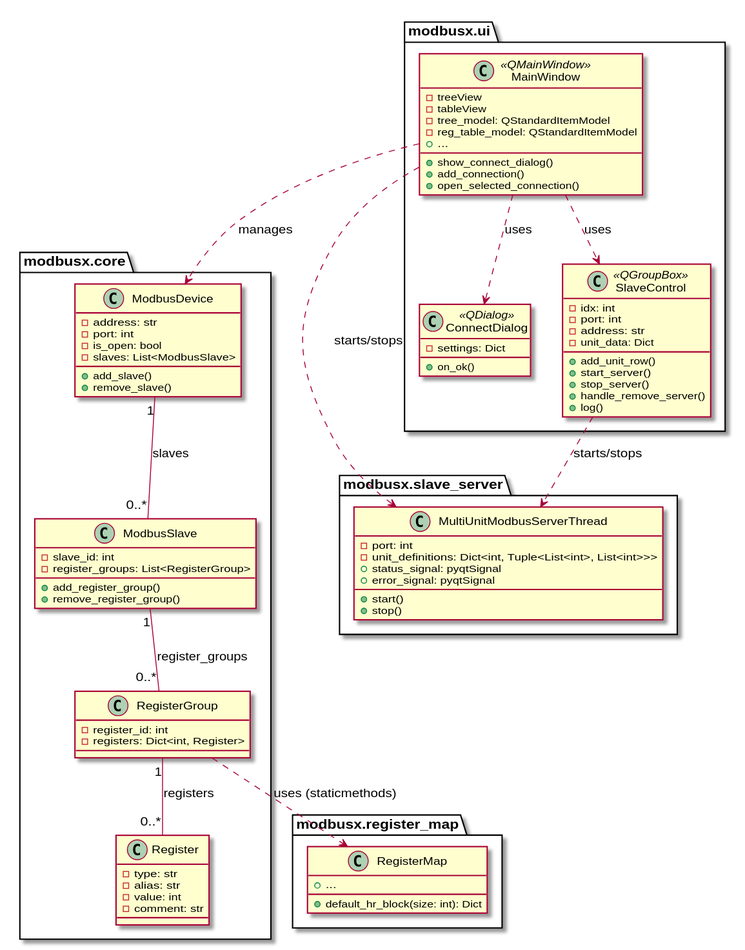
Earlier version of the PlantUML export docs/diagrams/generated/class_diagram.svg (sweeboon/ModBusX).
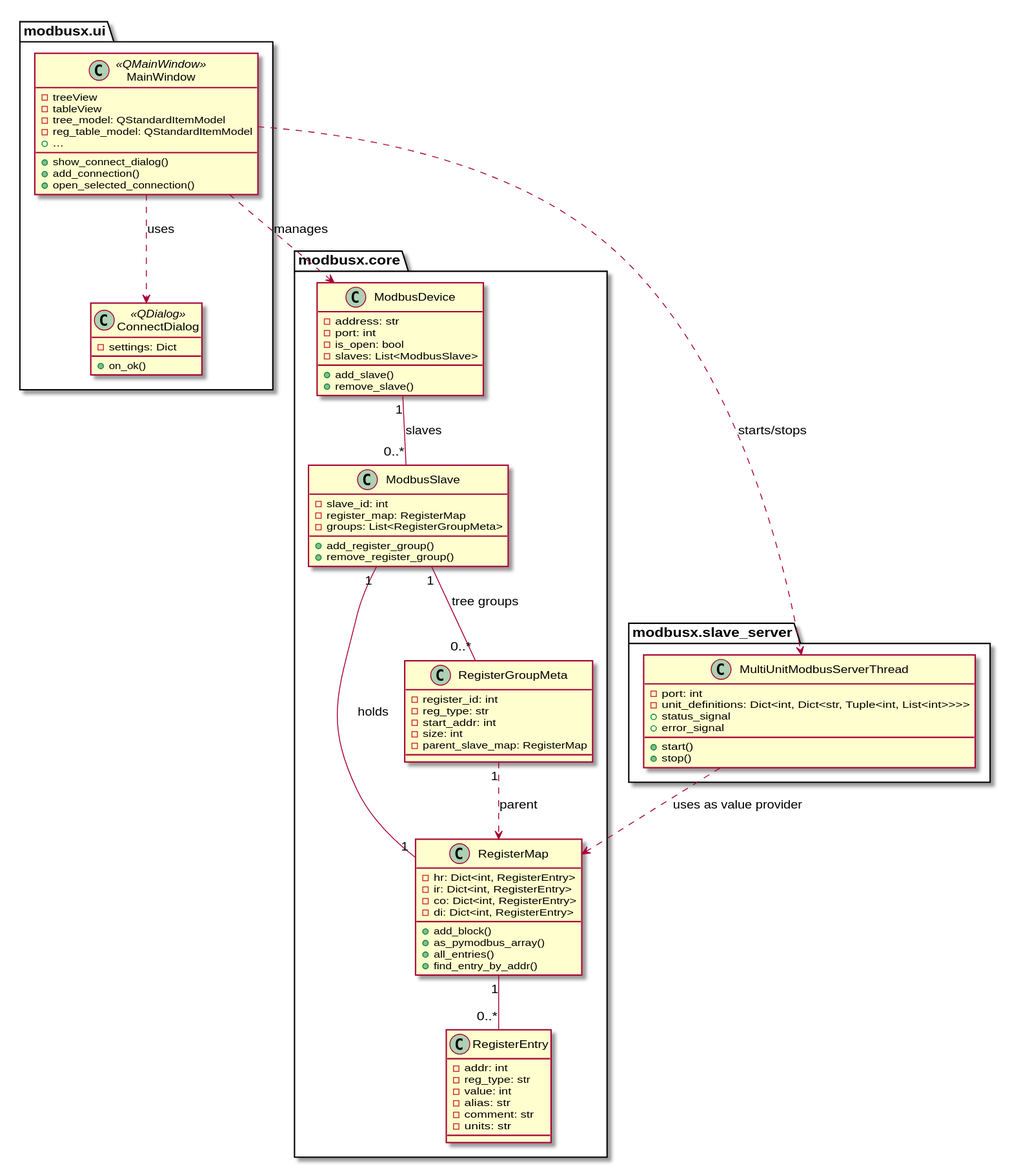
After the change.

Commit message:
[Automated] Update PlantUML diagrams

Diff of the diagram source:
```diff
@@ -11,30 +11,46 @@
 
     class ModbusSlave {
         - slave_id: int
-        - register_groups: List<RegisterGroup>
+        - register_map: RegisterMap
+        - groups: List<RegisterGroupMeta>
         + add_register_group()
         + remove_register_group()
     }
-    class RegisterGroup {
+    class RegisterMap {
+        - hr: Dict<int, RegisterEntry>
+        - ir: Dict<int, RegisterEntry>
+        - co: Dict<int, RegisterEntry>
+        - di: Dict<int, RegisterEntry>
+        + add_block()
+        + as_pymodbus_array()
+        + all_entries()
+        + find_entry_by_addr()
+    }
+    class RegisterEntry {
+        - addr: int
+        - reg_type: str
+        - value: int
+        - alias: str
+        - comment: str
+        - units: str
+    }
+    class RegisterGroupMeta {
         - register_id: int
-        - registers: Dict<int, Register>
-    }
-    class Register {
-        - type: str
-        - alias: str
-        - value: int
-        - comment: str
+        - reg_type: str
+        - start_addr: int
+        - size: int
+        - parent_slave_map: RegisterMap
     }
 }
 
 package "modbusx.slave_server" {
     class MultiUnitModbusServerThread {
         - port: int
-        - unit_definitions: Dict<int, Tuple<List<int>, List<int>>>
+        - unit_definitions: Dict<int, Dict<str, Tuple<int, List<int>>>>
         + start()
         + stop()
-        + status_signal: pyqtSignal
-        + error_signal: pyqtSignal
+        + status_signal
+        + error_signal
     }
 }
 
@@ -53,36 +69,18 @@
         - settings: Dict
         + on_ok()
     }
-    class SlaveControl <<QGroupBox>> {
-        - idx: int
-        - port: int
-        - address: str
-        - unit_data: Dict
-        + add_unit_row()
-        + start_server()
-        + stop_server()
-        + handle_remove_server()
-        + log()
-    }
-}
-
-package "modbusx.register_map" {
-    class RegisterMap {
-        + default_hr_block(size: int): Dict
-        + ...
-    }
 }
 
 ModbusDevice "1" -- "0..*" ModbusSlave : slaves
-ModbusSlave "1" -- "0..*" RegisterGroup : register_groups
-RegisterGroup "1" -- "0..*" Register : registers
+ModbusSlave "1" -- "1" RegisterMap : "holds"
+ModbusSlave "1" -- "0..*" RegisterGroupMeta : "tree groups"
+RegisterMap "1" -- "0..*" RegisterEntry
+RegisterGroupMeta "1" ..> RegisterMap : parent
 
 MainWindow ..> ModbusDevice : manages
 MainWindow ..> MultiUnitModbusServerThread : starts/stops
 MainWindow ..> ConnectDialog : uses
-MainWindow ..> SlaveControl : uses
 
-SlaveControl ..> MultiUnitModbusServerThread : starts/stops
+MultiUnitModbusServerThread ..> RegisterMap : uses as value provider
 
-RegisterGroup ..> RegisterMap : uses (staticmethods)
 @enduml
```
